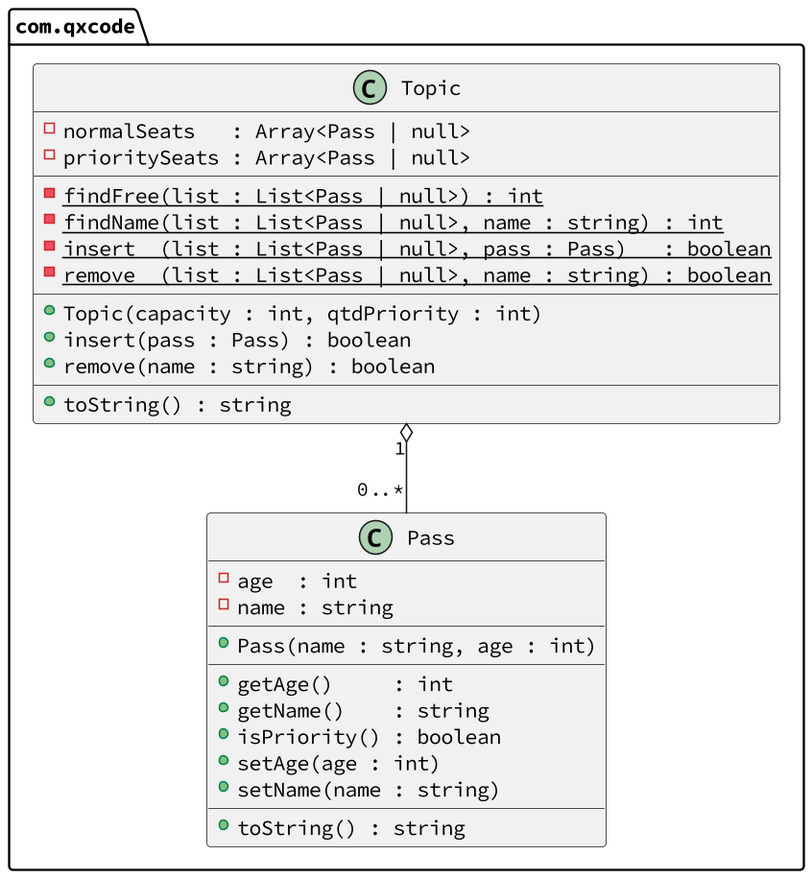
This is base/topic/diagrama.png from qxcodepoo/arcade, a PlantUML export, as it was before one commit. Its diagram source:
```plantuml
@startuml

skinparam defaultFontName Hasklig
skinparam dpi 150

package com.qxcode {
  class Pass {
    - age  : int
    - name : string
    __
    + Pass(name : string, age : int)
    __
    + getAge()     : int
    + getName()    : string
    + isPriority() : boolean
    + setAge(age : int)
    + setName(name : string)
    __
    + toString() : string
  }

  class Topic {
    - normalSeats   : Array<Pass | null>
    - prioritySeats : Array<Pass | null>
    __
    - findFree(list : List<Pass | null>) : int {static}
    - findName(list : List<Pass | null>, name : string) : int {static}
    - insert  (list : List<Pass | null>, pass : Pass)   : boolean {static}
    - remove  (list : List<Pass | null>, name : string) : boolean {static}
    __
    + Topic(capacity : int, qtdPriority : int)
    + insert(pass : Pass) : boolean
    + remove(name : string) : boolean
    __
    + toString() : string
  }
}
Topic "1" o-- "0..*" Pass
@enduml
```
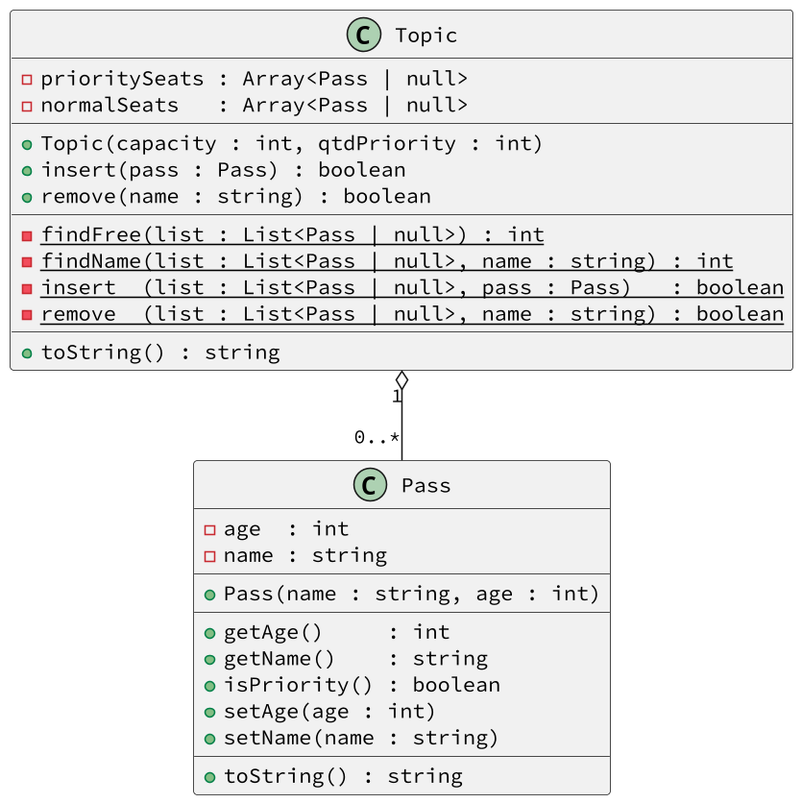
After the change.

Diff of the diagram source:
```diff
@@ -1,39 +1,34 @@
 @startuml
-
-skinparam defaultFontName Hasklig
+skinparam defaultFontName "Source Code Pro"
 skinparam dpi 150
-
-package com.qxcode {
-  class Pass {
-    - age  : int
-    - name : string
-    __
-    + Pass(name : string, age : int)
-    __
-    + getAge()     : int
-    + getName()    : string
-    + isPriority() : boolean
-    + setAge(age : int)
-    + setName(name : string)
-    __
-    + toString() : string
-  }
-
-  class Topic {
-    - normalSeats   : Array<Pass | null>
-    - prioritySeats : Array<Pass | null>
-    __
-    - findFree(list : List<Pass | null>) : int {static}
-    - findName(list : List<Pass | null>, name : string) : int {static}
-    - insert  (list : List<Pass | null>, pass : Pass)   : boolean {static}
-    - remove  (list : List<Pass | null>, name : string) : boolean {static}
-    __
-    + Topic(capacity : int, qtdPriority : int)
-    + insert(pass : Pass) : boolean
-    + remove(name : string) : boolean
-    __
-    + toString() : string
-  }
+class Pass {
+  - age  : int
+  - name : string
+  __
+  + Pass(name : string, age : int)
+  __
+  + getAge()     : int
+  + getName()    : string
+  + isPriority() : boolean
+  + setAge(age : int)
+  + setName(name : string)
+  __
+  + toString() : string
+}
+class Topic {
+  - prioritySeats : Array<Pass | null>
+  - normalSeats   : Array<Pass | null>
+  __
+  + Topic(capacity : int, qtdPriority : int)
+  + insert(pass : Pass) : boolean
+  + remove(name : string) : boolean
+  __
+  - findFree(list : List<Pass | null>) : int {static}
+  - findName(list : List<Pass | null>, name : string) : int {static}
+  - insert  (list : List<Pass | null>, pass : Pass)   : boolean {static}
+  - remove  (list : List<Pass | null>, name : string) : boolean {static}
+  __
+  + toString() : string
 }
 Topic "1" o-- "0..*" Pass
 @enduml
```
